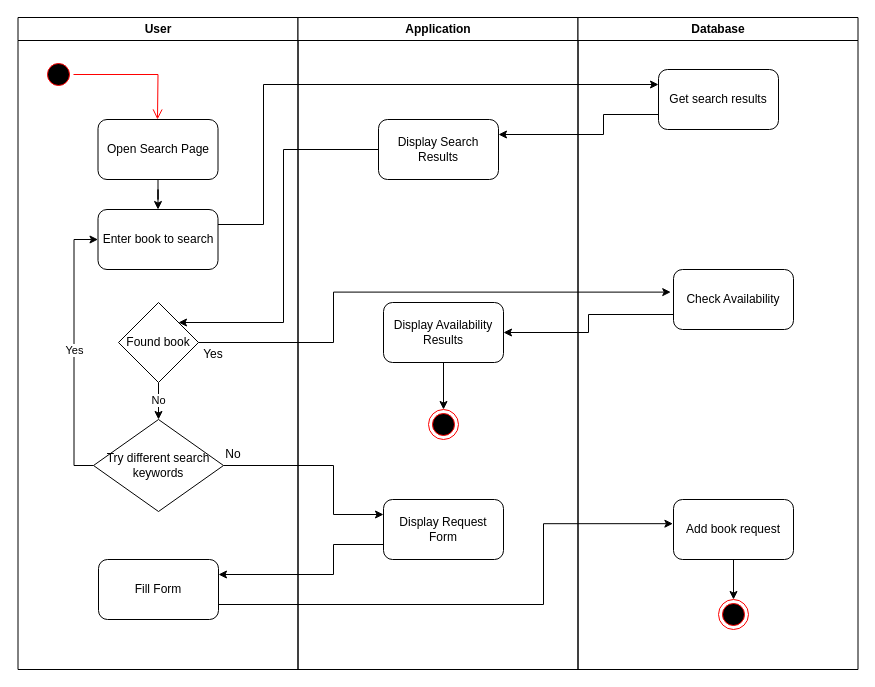
jashan-s1/Team5 keeps this draw.io diagram as docs/assets/activity_search.drawio. Above is the earlier version. Source tidied: cells renumbered, new cells numbered last; positions are measured from the earlier drawing's top-left corner, leaving out a move shared by most shapes. Both pictures are drawn from the tidied source at 100%, with x=0, y=0 at pixel (17, 17).
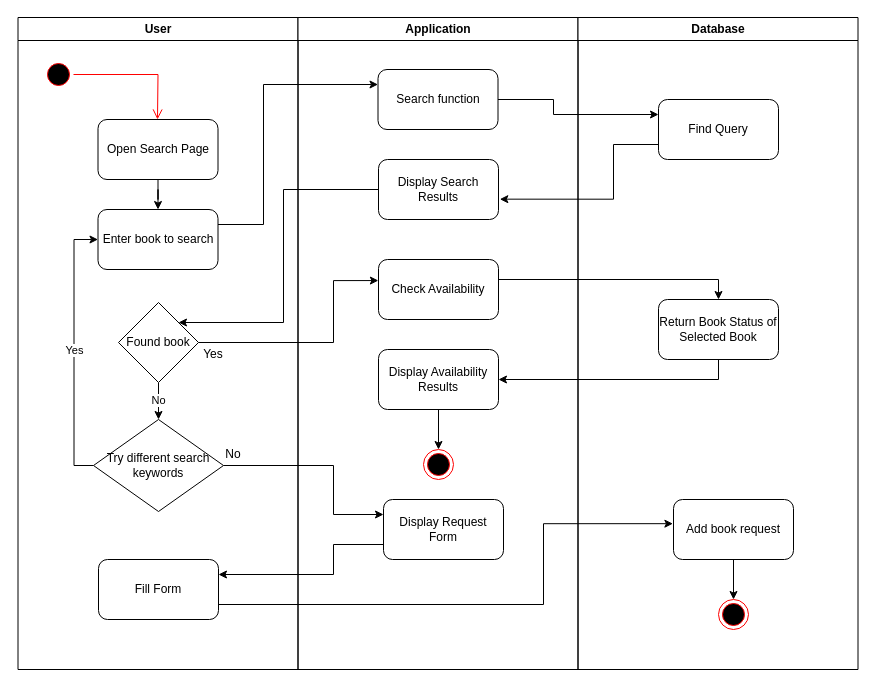
The same page after the edit.

Commit message (it also covers changes not shown here):
edit search function activity diagram

Unchanged cells that the change refers to:
```xml
<mxCell id="9" value="Found book" style="rhombus;whiteSpace=wrap;html=1;" parent="2" vertex="1">
  <mxGeometry x="100.5" y="285" width="80" height="80" as="geometry" />
</mxCell>
<mxCell id="15" value="Application" style="swimlane;whiteSpace=wrap;" parent="1" vertex="1">
  <mxGeometry x="280.5" width="280" height="652" as="geometry" />
</mxCell>
<mxCell id="21" value="Database" style="swimlane;whiteSpace=wrap;" parent="1" vertex="1">
  <mxGeometry x="560.5" width="280" height="652" as="geometry" />
</mxCell>
```

Diff of the diagram source:
```diff
@@
     <mxCell id="16" value="Display Search Results" style="rounded=1;whiteSpace=wrap;html=1;" parent="15" vertex="1">
-      <mxGeometry x="80.5" y="102" width="120" height="60" as="geometry" />
+      <mxGeometry x="80.5" y="142" width="120" height="60" as="geometry" />
     </mxCell>
@@
     <mxCell id="18" value="Display Availability Results" style="rounded=1;whiteSpace=wrap;html=1;" parent="15" vertex="1">
-      <mxGeometry x="85.5" y="285" width="120" height="60" as="geometry" />
+      <mxGeometry x="80.5" y="332" width="120" height="60" as="geometry" />
     </mxCell>
     <mxCell id="19" style="ellipse;html=1;shape=endState;fillColor=#000000;strokeColor=#ff0000;" parent="15" vertex="1">
-      <mxGeometry x="130.5" y="392" width="30" height="30" as="geometry" />
+      <mxGeometry x="125.5" y="432" width="30" height="30" as="geometry" />
     </mxCell>
@@
+    <mxCell id="23" value="Check Availability" style="rounded=1;whiteSpace=wrap;html=1;" parent="15" vertex="1">
+      <mxGeometry x="80.5" y="242" width="120" height="60" as="geometry" />
+    </mxCell>
+    <mxCell id="22" value="Search function" style="rounded=1;whiteSpace=wrap;html=1;" parent="15" vertex="1">
+      <mxGeometry x="80" y="52" width="120" height="60" as="geometry" />
+    </mxCell>
@@
-    <mxCell id="22" value="Get search results" style="rounded=1;whiteSpace=wrap;html=1;" parent="21" vertex="1">
-      <mxGeometry x="80.5" y="52" width="120" height="60" as="geometry" />
-    </mxCell>
-    <mxCell id="23" value="Check Availability" style="rounded=1;whiteSpace=wrap;html=1;" parent="21" vertex="1">
-      <mxGeometry x="95.5" y="252" width="120" height="60" as="geometry" />
-    </mxCell>
@@
+    <mxCell id="35" value="Find Query" style="rounded=1;whiteSpace=wrap;html=1;" parent="21" vertex="1">
+      <mxGeometry x="80.5" y="82" width="120" height="60" as="geometry" />
+    </mxCell>
+    <mxCell id="36" value="Return Book Status of Selected Book" style="rounded=1;whiteSpace=wrap;html=1;" parent="21" vertex="1">
+      <mxGeometry x="80.5" y="282" width="120" height="60" as="geometry" />
+    </mxCell>
@@
-    <mxCell id="28" style="edgeStyle=orthogonalEdgeStyle;rounded=0;jettySize=auto;html=1;exitX=0;exitY=0.75;exitDx=0;exitDy=0;entryX=1;entryY=0.25;entryDx=0;entryDy=0;" parent="1" edge="1" source="22" target="16">
-      <mxGeometry relative="1" as="geometry">
-        <Array as="points">
-          <mxPoint x="586" y="97" />
-          <mxPoint x="586" y="117" />
-        </Array>
-      </mxGeometry>
-    </mxCell>
-    <mxCell id="29" style="edgeStyle=orthogonalEdgeStyle;rounded=0;jettySize=auto;html=1;entryX=1;entryY=0;entryDx=0;entryDy=0;" parent="1" edge="1" source="16" target="9">
+    <mxCell id="29" style="edgeStyle=orthogonalEdgeStyle;rounded=0;jettySize=auto;html=1;entryX=1;entryY=0;entryDx=0;entryDy=0;exitX=0;exitY=0.5;exitDx=0;exitDy=0;" parent="1" edge="1" source="16" target="9">
       <mxGeometry relative="1" as="geometry">
         <Array as="points">
-          <mxPoint x="266" y="132" />
+          <mxPoint x="266" y="172" />
           <mxPoint x="266" y="305" />
         </Array>
       </mxGeometry>
     </mxCell>
-    <mxCell id="30" style="edgeStyle=orthogonalEdgeStyle;rounded=0;jettySize=auto;html=1;exitX=1;exitY=0.5;exitDx=0;exitDy=0;entryX=-0.023;entryY=0.377;entryDx=0;entryDy=0;entryPerimeter=0;" parent="1" edge="1" source="9" target="23">
+    <mxCell id="30" style="edgeStyle=orthogonalEdgeStyle;rounded=0;jettySize=auto;html=1;exitX=1;exitY=0.5;exitDx=0;exitDy=0;entryX=-0.001;entryY=0.351;entryDx=0;entryDy=0;entryPerimeter=0;" parent="1" edge="1" source="9" target="23">
       <mxGeometry relative="1" as="geometry">
         <Array as="points">
           <mxPoint x="316" y="325" />
-          <mxPoint x="316" y="275" />
+          <mxPoint x="316" y="263" />
         </Array>
       </mxGeometry>
     </mxCell>
-    <mxCell id="31" style="edgeStyle=orthogonalEdgeStyle;rounded=0;jettySize=auto;html=1;exitX=0;exitY=0.75;exitDx=0;exitDy=0;entryX=1;entryY=0.5;entryDx=0;entryDy=0;" parent="1" edge="1" source="23" target="18">
-      <mxGeometry relative="1" as="geometry" />
-    </mxCell>
@@
+    <mxCell id="37" style="edgeStyle=orthogonalEdgeStyle;rounded=0;jettySize=auto;html=1;entryX=0;entryY=0.25;entryDx=0;entryDy=0;" parent="1" edge="1" source="22" target="35">
+      <mxGeometry relative="1" as="geometry">
+        <Array as="points">
+          <mxPoint x="536" y="82" />
+          <mxPoint x="536" y="97" />
+        </Array>
+      </mxGeometry>
+    </mxCell>
+    <mxCell id="38" style="edgeStyle=orthogonalEdgeStyle;rounded=0;jettySize=auto;html=1;exitX=0;exitY=0.75;exitDx=0;exitDy=0;entryX=1.011;entryY=0.661;entryDx=0;entryDy=0;entryPerimeter=0;" parent="1" edge="1" source="35" target="16">
+      <mxGeometry relative="1" as="geometry">
+        <Array as="points">
+          <mxPoint x="596" y="127" />
+          <mxPoint x="596" y="182" />
+        </Array>
+      </mxGeometry>
+    </mxCell>
+    <mxCell id="39" style="edgeStyle=orthogonalEdgeStyle;rounded=0;jettySize=auto;html=1;entryX=0.5;entryY=0;entryDx=0;entryDy=0;" parent="1" edge="1" source="23" target="36">
+      <mxGeometry relative="1" as="geometry">
+        <Array as="points">
+          <mxPoint x="701" y="262" />
+        </Array>
+      </mxGeometry>
+    </mxCell>
+    <mxCell id="40" style="edgeStyle=orthogonalEdgeStyle;rounded=0;jettySize=auto;html=1;exitX=0.5;exitY=1;exitDx=0;exitDy=0;entryX=1;entryY=0.5;entryDx=0;entryDy=0;" parent="1" edge="1" source="36" target="18">
+      <mxGeometry relative="1" as="geometry" />
+    </mxCell>
```
